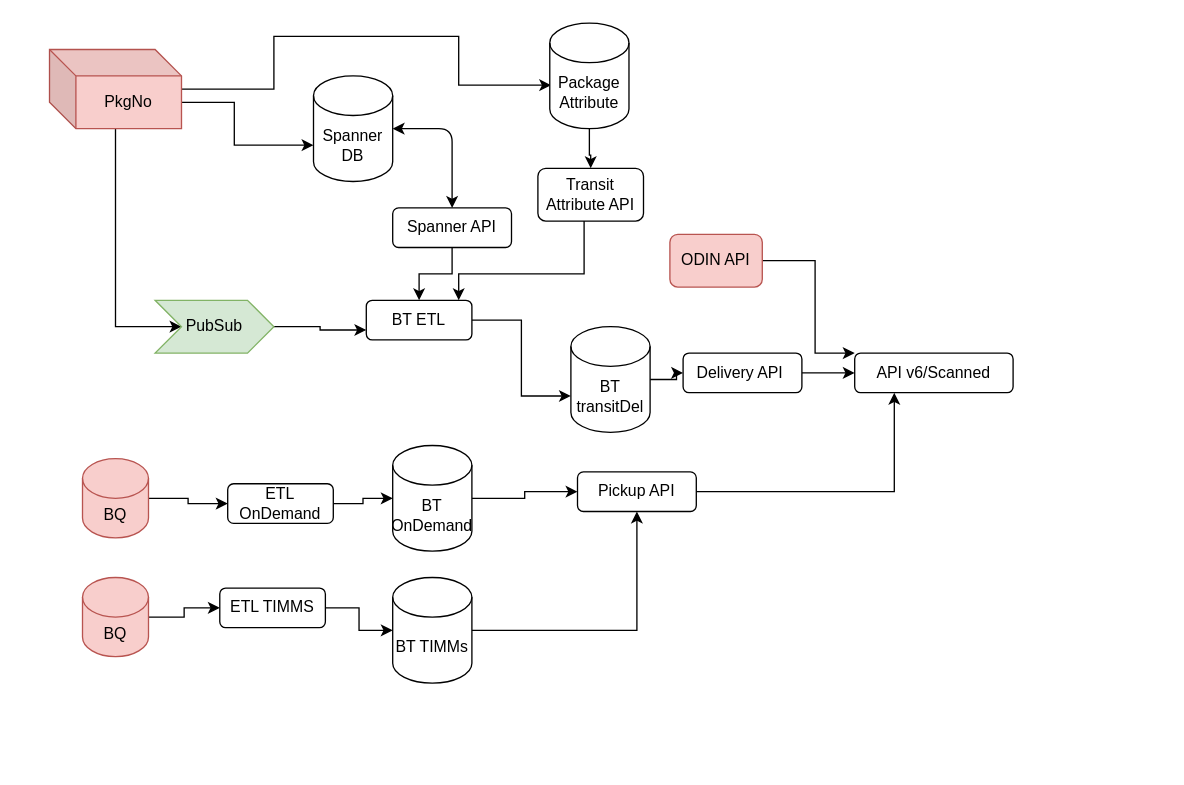
This is Untitled Diagram.drawio from sachinborse/flow-diagrams, a draw.io file, before an edit. Source tidied: cells renumbered, new cells numbered last; positions are measured from the earlier drawing's top-left corner, leaving out a move shared by most shapes. Both pictures are drawn from the tidied source at 132%, with x=0, y=0 at pixel (49, 22).
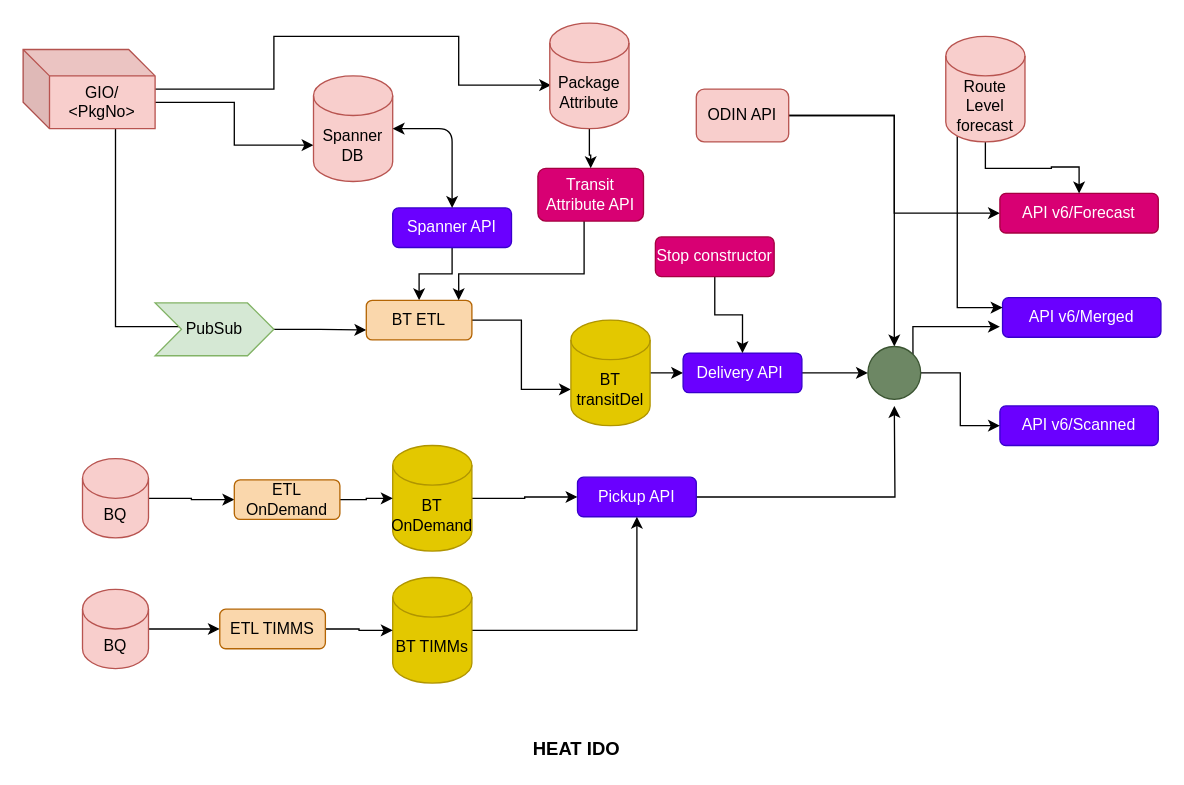
The same diagram, later.

Diff of the diagram source:
```diff
@@
-    <mxCell id="5" value="PkgNo" style="shape=cube;whiteSpace=wrap;html=1;boundedLbl=1;backgroundOutline=1;darkOpacity=0.05;darkOpacity2=0.1;fillColor=#f8cecc;strokeColor=#b85450;" parent="1" vertex="1">
-      <mxGeometry y="20" width="100" height="60" as="geometry" />
+    <mxCell id="5" value="GIO/ &amp;lt;PkgNo&amp;gt;" style="shape=cube;whiteSpace=wrap;html=1;boundedLbl=1;backgroundOutline=1;darkOpacity=0.05;darkOpacity2=0.1;fillColor=#f8cecc;strokeColor=#b85450;" parent="1" vertex="1">
+      <mxGeometry x="-20" y="20" width="100" height="60" as="geometry" />
     </mxCell>
-    <mxCell id="6" value="Spanner DB" style="shape=cylinder3;whiteSpace=wrap;html=1;boundedLbl=1;backgroundOutline=1;size=15;" parent="1" vertex="1">
+    <mxCell id="6" value="Spanner DB" style="shape=cylinder3;whiteSpace=wrap;html=1;boundedLbl=1;backgroundOutline=1;size=15;fillColor=#f8cecc;strokeColor=#b85450;" parent="1" vertex="1">
       <mxGeometry x="200" y="40" width="60" height="80" as="geometry" />
     </mxCell>
@@
     <mxCell id="8" value="PubSub" style="shape=step;perimeter=stepPerimeter;whiteSpace=wrap;html=1;fixedSize=1;fillColor=#d5e8d4;strokeColor=#82b366;" parent="1" vertex="1">
-      <mxGeometry x="80" y="210" width="90" height="40" as="geometry" />
+      <mxGeometry x="80" y="212" width="90" height="40" as="geometry" />
     </mxCell>
@@
-    <mxCell id="10" value="Spanner API" style="rounded=1;whiteSpace=wrap;html=1;" parent="1" vertex="1">
+    <mxCell id="10" value="Spanner API" style="rounded=1;whiteSpace=wrap;html=1;fillColor=#6a00ff;strokeColor=#3700CC;fontColor=#ffffff;" parent="1" vertex="1">
       <mxGeometry x="260" y="140" width="90" height="30" as="geometry" />
     </mxCell>
@@
-    <mxCell id="13" value="BT ETL" style="rounded=1;whiteSpace=wrap;html=1;" parent="1" vertex="1">
+    <mxCell id="13" value="BT ETL" style="rounded=1;whiteSpace=wrap;html=1;fillColor=#fad7ac;strokeColor=#b46504;" parent="1" vertex="1">
       <mxGeometry x="240" y="210" width="80" height="30" as="geometry" />
     </mxCell>
@@
-    <mxCell id="15" value="BT&lt;br&gt;transitDel" style="shape=cylinder3;whiteSpace=wrap;html=1;boundedLbl=1;backgroundOutline=1;size=15;" parent="1" vertex="1">
-      <mxGeometry x="395" y="230" width="60" height="80" as="geometry" />
+    <mxCell id="15" value="BT&lt;br&gt;transitDel" style="shape=cylinder3;whiteSpace=wrap;html=1;boundedLbl=1;backgroundOutline=1;size=15;fillColor=#e3c800;strokeColor=#B09500;fontColor=#000000;" parent="1" vertex="1">
+      <mxGeometry x="395" y="225" width="60" height="80" as="geometry" />
     </mxCell>
@@
-    <mxCell id="17" value="Transit Attribute API" style="rounded=1;whiteSpace=wrap;html=1;" parent="1" vertex="1">
+    <mxCell id="17" value="Transit Attribute API" style="rounded=1;whiteSpace=wrap;html=1;fillColor=#d80073;strokeColor=#A50040;fontColor=#ffffff;" parent="1" vertex="1">
       <mxGeometry x="370" y="110" width="80" height="40" as="geometry" />
     </mxCell>
-    <mxCell id="18" value="API v6/Scanned" style="rounded=1;whiteSpace=wrap;html=1;" parent="1" vertex="1">
-      <mxGeometry x="610" y="250" width="120" height="30" as="geometry" />
+    <mxCell id="18" value="API v6/Scanned" style="rounded=1;whiteSpace=wrap;html=1;fillColor=#6a00ff;strokeColor=#3700CC;fontColor=#ffffff;" parent="1" vertex="1">
+      <mxGeometry x="720" y="290" width="120" height="30" as="geometry" />
     </mxCell>
-    <mxCell id="19" style="edgeStyle=orthogonalEdgeStyle;rounded=0;jettySize=auto;html=1;entryX=0.25;entryY=1;entryDx=0;entryDy=0;" parent="1" edge="1" source="20" target="18">
-      <mxGeometry relative="1" as="geometry">
-        <Array as="points">
-          <mxPoint x="640" y="355" />
-        </Array>
-      </mxGeometry>
-    </mxCell>
+    <mxCell id="39" style="edgeStyle=orthogonalEdgeStyle;rounded=0;jettySize=auto;html=1;" parent="1" edge="1" source="20">
+      <mxGeometry relative="1" as="geometry">
+        <mxPoint x="640" y="290" as="targetPoint" />
+      </mxGeometry>
+    </mxCell>
-    <mxCell id="20" value="Pickup API" style="rounded=1;whiteSpace=wrap;html=1;" parent="1" vertex="1">
-      <mxGeometry x="400" y="340" width="90" height="30" as="geometry" />
+    <mxCell id="20" value="Pickup API" style="rounded=1;whiteSpace=wrap;html=1;fillColor=#6a00ff;strokeColor=#3700CC;fontColor=#ffffff;" parent="1" vertex="1">
+      <mxGeometry x="400" y="344" width="90" height="30" as="geometry" />
     </mxCell>
-    <mxCell id="21" style="edgeStyle=orthogonalEdgeStyle;rounded=0;jettySize=auto;html=1;" parent="1" edge="1" source="22" target="18">
-      <mxGeometry relative="1" as="geometry" />
-    </mxCell>
+    <mxCell id="40" style="edgeStyle=orthogonalEdgeStyle;rounded=0;jettySize=auto;html=1;" parent="1" edge="1" source="22" target="45">
+      <mxGeometry relative="1" as="geometry" />
+    </mxCell>
-    <mxCell id="22" value="Delivery API&amp;nbsp;" style="rounded=1;whiteSpace=wrap;html=1;" parent="1" vertex="1">
+    <mxCell id="22" value="Delivery API&amp;nbsp;" style="rounded=1;whiteSpace=wrap;html=1;fillColor=#6a00ff;strokeColor=#3700CC;fontColor=#ffffff;" parent="1" vertex="1">
       <mxGeometry x="480" y="250" width="90" height="30" as="geometry" />
     </mxCell>
-    <mxCell id="23" style="edgeStyle=orthogonalEdgeStyle;rounded=0;jettySize=auto;html=1;" parent="1" edge="1" source="24">
-      <mxGeometry relative="1" as="geometry">
-        <mxPoint x="610" y="250" as="targetPoint" />
-        <Array as="points">
-          <mxPoint x="580" y="180" />
-          <mxPoint x="580" y="250" />
-        </Array>
-      </mxGeometry>
-    </mxCell>
+    <mxCell id="41" style="edgeStyle=orthogonalEdgeStyle;rounded=0;jettySize=auto;html=1;entryX=0.5;entryY=0;entryDx=0;entryDy=0;" parent="1" edge="1" source="24" target="45">
+      <mxGeometry relative="1" as="geometry" />
+    </mxCell>
+    <mxCell id="42" style="edgeStyle=orthogonalEdgeStyle;rounded=0;jettySize=auto;html=1;entryX=0;entryY=0.5;entryDx=0;entryDy=0;" parent="1" edge="1" source="24" target="47">
+      <mxGeometry relative="1" as="geometry" />
+    </mxCell>
     <mxCell id="24" value="ODIN API" style="rounded=1;whiteSpace=wrap;html=1;fillColor=#f8cecc;strokeColor=#b85450;" parent="1" vertex="1">
-      <mxGeometry x="470" y="160" width="70" height="40" as="geometry" />
+      <mxGeometry x="490" y="50" width="70" height="40" as="geometry" />
     </mxCell>
@@
-    <mxCell id="26" value="BT OnDemand" style="shape=cylinder3;whiteSpace=wrap;html=1;boundedLbl=1;backgroundOutline=1;size=15;" parent="1" vertex="1">
+    <mxCell id="26" value="BT OnDemand" style="shape=cylinder3;whiteSpace=wrap;html=1;boundedLbl=1;backgroundOutline=1;size=15;fillColor=#e3c800;strokeColor=#B09500;fontColor=#000000;" parent="1" vertex="1">
       <mxGeometry x="260" y="320" width="60" height="80" as="geometry" />
     </mxCell>
@@
-    <mxCell id="28" value="BT TIMMs" style="shape=cylinder3;whiteSpace=wrap;html=1;boundedLbl=1;backgroundOutline=1;size=15;" parent="1" vertex="1">
+    <mxCell id="28" value="BT TIMMs" style="shape=cylinder3;whiteSpace=wrap;html=1;boundedLbl=1;backgroundOutline=1;size=15;fillColor=#e3c800;strokeColor=#B09500;fontColor=#000000;" parent="1" vertex="1">
       <mxGeometry x="260" y="420" width="60" height="80" as="geometry" />
     </mxCell>
@@
     <mxCell id="32" value="BQ" style="shape=cylinder3;whiteSpace=wrap;html=1;boundedLbl=1;backgroundOutline=1;size=15;fillColor=#f8cecc;strokeColor=#b85450;" parent="1" vertex="1">
-      <mxGeometry x="25" y="420" width="50" height="60" as="geometry" />
+      <mxGeometry x="25" y="429" width="50" height="60" as="geometry" />
     </mxCell>
@@
-    <mxCell id="34" value="Package Attribute" style="shape=cylinder3;whiteSpace=wrap;html=1;boundedLbl=1;backgroundOutline=1;size=15;" parent="1" vertex="1">
+    <mxCell id="34" value="Package Attribute" style="shape=cylinder3;whiteSpace=wrap;html=1;boundedLbl=1;backgroundOutline=1;size=15;fillColor=#f8cecc;strokeColor=#b85450;" parent="1" vertex="1">
       <mxGeometry x="379" width="60" height="80" as="geometry" />
     </mxCell>
@@
-    <mxCell id="36" value="ETL OnDemand" style="rounded=1;whiteSpace=wrap;html=1;" parent="1" vertex="1">
-      <mxGeometry x="135" y="349" width="80" height="30" as="geometry" />
+    <mxCell id="36" value="ETL OnDemand" style="rounded=1;whiteSpace=wrap;html=1;fillColor=#fad7ac;strokeColor=#b46504;" parent="1" vertex="1">
+      <mxGeometry x="140" y="346" width="80" height="30" as="geometry" />
     </mxCell>
@@
-    <mxCell id="38" value="ETL TIMMS" style="rounded=1;whiteSpace=wrap;html=1;" parent="1" vertex="1">
-      <mxGeometry x="129" y="428" width="80" height="30" as="geometry" />
+    <mxCell id="38" value="ETL TIMMS" style="rounded=1;whiteSpace=wrap;html=1;fillColor=#fad7ac;strokeColor=#b46504;" parent="1" vertex="1">
+      <mxGeometry x="129" y="444" width="80" height="30" as="geometry" />
     </mxCell>
+    <mxCell id="43" style="edgeStyle=orthogonalEdgeStyle;rounded=0;jettySize=auto;html=1;" parent="1" edge="1" source="45" target="18">
+      <mxGeometry relative="1" as="geometry">
+        <Array as="points">
+          <mxPoint x="690" y="265" />
+          <mxPoint x="690" y="305" />
+        </Array>
+      </mxGeometry>
+    </mxCell>
+    <mxCell id="44" style="edgeStyle=orthogonalEdgeStyle;rounded=0;jettySize=auto;html=1;exitX=1;exitY=0;exitDx=0;exitDy=0;" parent="1" edge="1" source="45">
+      <mxGeometry relative="1" as="geometry">
+        <mxPoint x="720" y="230" as="targetPoint" />
+        <Array as="points">
+          <mxPoint x="654" y="230" />
+        </Array>
+      </mxGeometry>
+    </mxCell>
+    <mxCell id="45" style="ellipse;whiteSpace=wrap;html=1;fillColor=#6d8764;strokeColor=#3A5431;fontColor=#ffffff;" parent="1" vertex="1">
+      <mxGeometry x="620" y="245" width="40" height="40" as="geometry" />
+    </mxCell>
+    <mxCell id="46" value="API v6/Merged" style="rounded=1;whiteSpace=wrap;html=1;fillColor=#6a00ff;strokeColor=#3700CC;fontColor=#ffffff;" parent="1" vertex="1">
+      <mxGeometry x="722" y="208" width="120" height="30" as="geometry" />
+    </mxCell>
+    <mxCell id="47" value="API v6/Forecast" style="rounded=1;whiteSpace=wrap;html=1;fillColor=#d80073;strokeColor=#A50040;fontColor=#ffffff;" parent="1" vertex="1">
+      <mxGeometry x="720" y="129" width="120" height="30" as="geometry" />
+    </mxCell>
+    <mxCell id="48" style="edgeStyle=orthogonalEdgeStyle;rounded=0;jettySize=auto;html=1;entryX=0.5;entryY=0;entryDx=0;entryDy=0;" parent="1" edge="1" source="50" target="47">
+      <mxGeometry relative="1" as="geometry" />
+    </mxCell>
+    <mxCell id="49" style="edgeStyle=orthogonalEdgeStyle;rounded=0;jettySize=auto;html=1;exitX=0.145;exitY=1;exitDx=0;exitDy=-4.35;exitPerimeter=0;entryX=0;entryY=0.25;entryDx=0;entryDy=0;" parent="1" edge="1" source="50" target="46">
+      <mxGeometry relative="1" as="geometry" />
+    </mxCell>
+    <mxCell id="50" value="Route Level forecast" style="shape=cylinder3;whiteSpace=wrap;html=1;boundedLbl=1;backgroundOutline=1;size=15;fillColor=#f8cecc;strokeColor=#b85450;" parent="1" vertex="1">
+      <mxGeometry x="679" y="10" width="60" height="80" as="geometry" />
+    </mxCell>
+    <mxCell id="51" style="edgeStyle=orthogonalEdgeStyle;rounded=0;jettySize=auto;html=1;" parent="1" edge="1" source="52" target="22">
+      <mxGeometry relative="1" as="geometry" />
+    </mxCell>
+    <mxCell id="52" value="Stop constructor" style="rounded=1;whiteSpace=wrap;html=1;fillColor=#d80073;strokeColor=#A50040;fontColor=#ffffff;" parent="1" vertex="1">
+      <mxGeometry x="459" y="162" width="90" height="30" as="geometry" />
+    </mxCell>
+    <mxCell id="53" value="&lt;b&gt;&lt;font style=&quot;font-size: 14px&quot;&gt;HEAT IDO&lt;/font&gt;&lt;/b&gt;" style="text;html=1;align=center;verticalAlign=middle;strokeColor=none;" parent="1" vertex="1">
+      <mxGeometry x="359" y="540" width="80" height="20" as="geometry" />
+    </mxCell>
```
